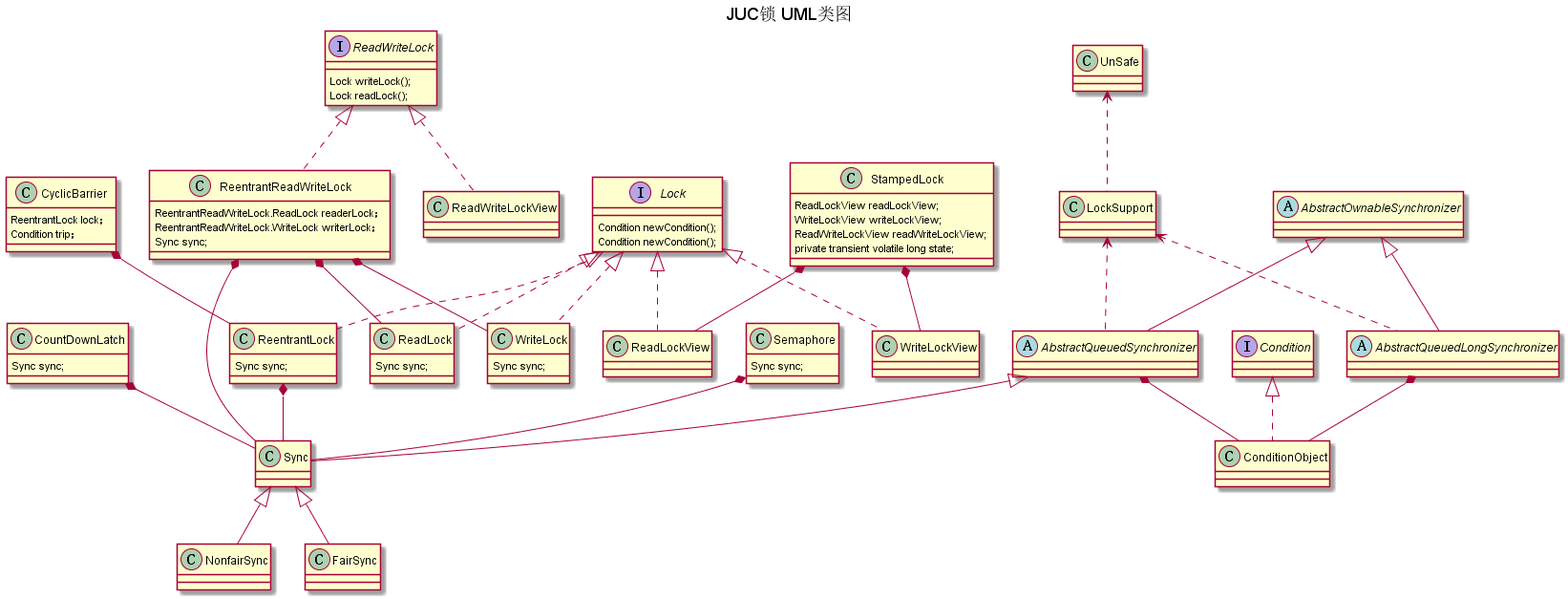
JumpsZ/JumpsZ.github.io keeps this PlantUML diagram as images/JUC lock框架.png. Above is the earlier version.
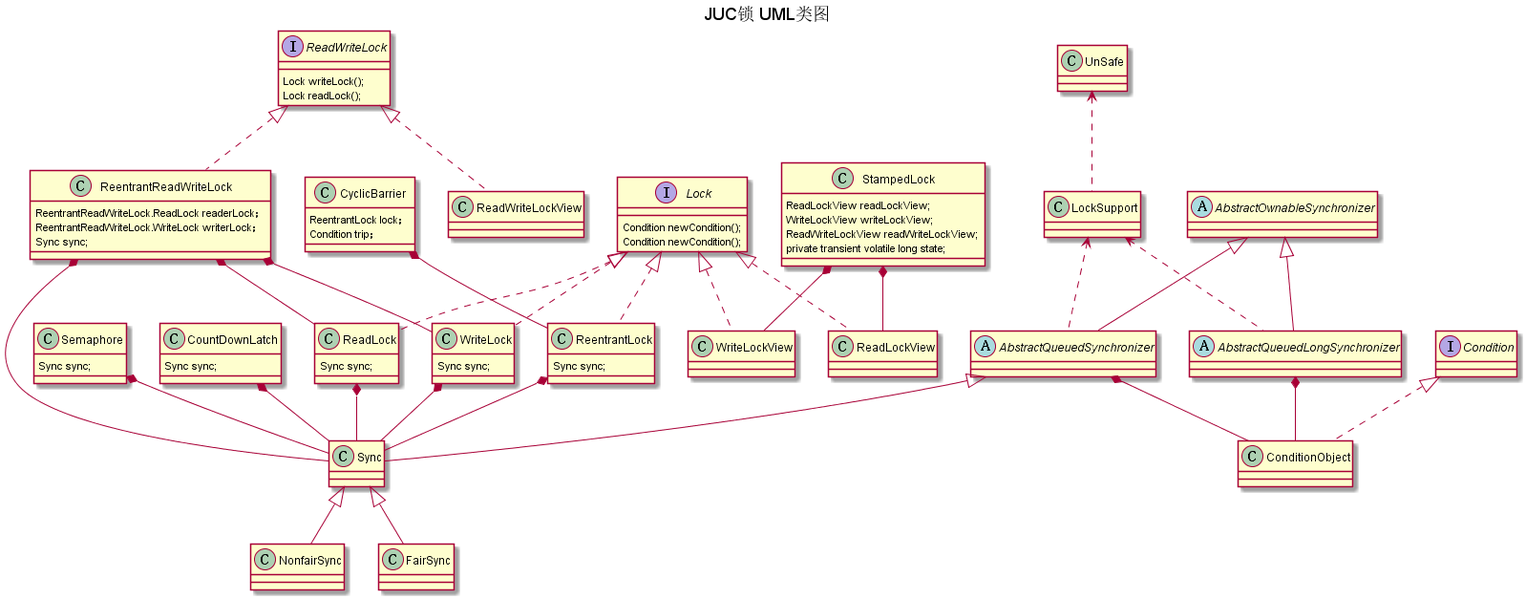
The same file after the commit.

Change to the diagram source:
```diff
@@ -61,6 +61,8 @@
 WriteLock -d-* ReentrantReadWriteLock
 ReadLock -d-* ReentrantReadWriteLock
 Sync -d-* ReentrantReadWriteLock
+Sync -d-* ReadLock
+Sync -d-* WriteLock
 
 class StampedLock {
 	ReadLockView readLockView;
```
